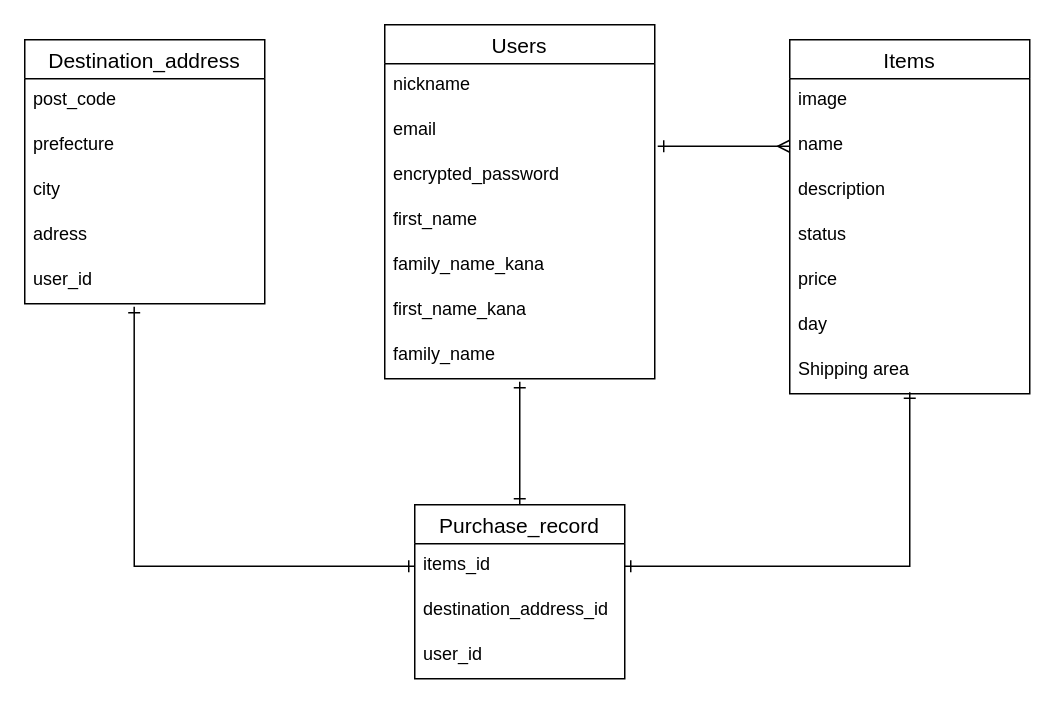
phalanx10/furima-32548 keeps this draw.io diagram as furima.dio. Above is the earlier version. Source tidied: cells renumbered, new cells numbered last; positions are measured from the earlier drawing's top-left corner, leaving out a move shared by most shapes. Both pictures are drawn from the tidied source at 150%, with x=0, y=0 at pixel (24, 24).
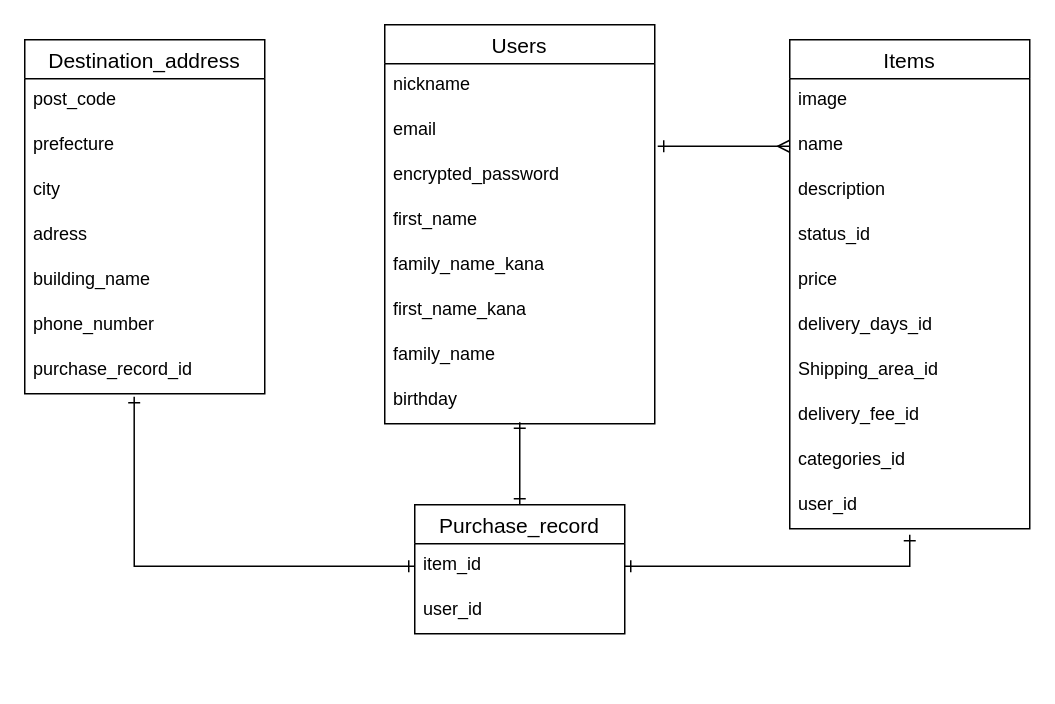
Above is the later version.

Commit message (it also covers changes not shown here):
テーブル設計及びER図の作成(修正2)

Unchanged cells that the change refers to:
```xml
<mxCell id="9" value="family_name" style="text;strokeColor=none;fillColor=none;spacingLeft=4;spacingRight=4;overflow=hidden;points=[[0,0.5],[1,0.5]];portConstraint=eastwest;fontSize=12;" parent="2" vertex="1">
  <mxGeometry y="206" width="180" height="30" as="geometry" />
</mxCell>
```

Diff of the diagram source:
```diff
@@
     <mxCell id="2" value="Users" style="swimlane;fontStyle=0;horizontal=1;startSize=26;align=center;fontSize=14;" parent="1" vertex="1">
-      <mxGeometry x="240" width="180" height="236" as="geometry" />
+      <mxGeometry x="240" width="180" height="266" as="geometry" />
     </mxCell>
@@
+    <mxCell id="32" value="birthday" style="text;strokeColor=none;fillColor=none;spacingLeft=4;spacingRight=4;overflow=hidden;fontSize=12;align=left;" parent="2" vertex="1">
+      <mxGeometry y="236" width="180" height="30" as="geometry" />
+    </mxCell>
     <mxCell id="10" value="Items" style="swimlane;fontStyle=0;horizontal=1;startSize=26;align=center;fontSize=14;" parent="1" vertex="1">
-      <mxGeometry x="510" y="10" width="160" height="236" as="geometry" />
+      <mxGeometry x="510" y="10" width="160" height="326" as="geometry" />
     </mxCell>
@@
-    <mxCell id="14" value="status" style="text;strokeColor=none;fillColor=none;spacingLeft=4;spacingRight=4;overflow=hidden;fontSize=12;" parent="10" vertex="1">
+    <mxCell id="14" value="status_id" style="text;strokeColor=none;fillColor=none;spacingLeft=4;spacingRight=4;overflow=hidden;fontSize=12;" parent="10" vertex="1">
       <mxGeometry y="116" width="160" height="30" as="geometry" />
     </mxCell>
@@
-    <mxCell id="16" value="day" style="text;strokeColor=none;fillColor=none;spacingLeft=4;spacingRight=4;overflow=hidden;fontSize=12;" parent="10" vertex="1">
+    <mxCell id="16" value="delivery_days_id" style="text;strokeColor=none;fillColor=none;spacingLeft=4;spacingRight=4;overflow=hidden;fontSize=12;" parent="10" vertex="1">
       <mxGeometry y="176" width="160" height="30" as="geometry" />
     </mxCell>
-    <mxCell id="17" value="Shipping area" style="text;strokeColor=none;fillColor=none;spacingLeft=4;spacingRight=4;overflow=hidden;points=[[0,0.5],[1,0.5]];portConstraint=eastwest;fontSize=12;" parent="10" vertex="1">
+    <mxCell id="17" value="Shipping_area_id" style="text;strokeColor=none;fillColor=none;spacingLeft=4;spacingRight=4;overflow=hidden;points=[[0,0.5],[1,0.5]];portConstraint=eastwest;fontSize=12;" parent="10" vertex="1">
       <mxGeometry y="206" width="160" height="30" as="geometry" />
     </mxCell>
+    <mxCell id="33" value="delivery_fee_id" style="text;strokeColor=none;fillColor=none;spacingLeft=4;spacingRight=4;overflow=hidden;fontSize=12;align=left;" parent="10" vertex="1">
+      <mxGeometry y="236" width="160" height="30" as="geometry" />
+    </mxCell>
+    <mxCell id="34" value="categories_id" style="text;strokeColor=none;fillColor=none;spacingLeft=4;spacingRight=4;overflow=hidden;fontSize=12;align=left;" parent="10" vertex="1">
+      <mxGeometry y="266" width="160" height="30" as="geometry" />
+    </mxCell>
+    <mxCell id="35" value="user_id " style="text;strokeColor=none;fillColor=none;spacingLeft=4;spacingRight=4;overflow=hidden;fontSize=12;align=left;" parent="10" vertex="1">
+      <mxGeometry y="296" width="160" height="30" as="geometry" />
+    </mxCell>
     <mxCell id="18" value="Purchase_record" style="swimlane;fontStyle=0;horizontal=1;startSize=26;align=center;fontSize=14;" parent="1" vertex="1">
-      <mxGeometry x="260" y="320" width="140" height="116" as="geometry" />
+      <mxGeometry x="260" y="320" width="140" height="86" as="geometry" />
     </mxCell>
-    <mxCell id="19" value="items_id" style="text;strokeColor=none;fillColor=none;spacingLeft=4;spacingRight=4;overflow=hidden;points=[[0,0.5],[1,0.5]];portConstraint=eastwest;fontSize=12;" parent="18" vertex="1">
+    <mxCell id="19" value="item_id" style="text;strokeColor=none;fillColor=none;spacingLeft=4;spacingRight=4;overflow=hidden;points=[[0,0.5],[1,0.5]];portConstraint=eastwest;fontSize=12;" parent="18" vertex="1">
       <mxGeometry y="26" width="140" height="30" as="geometry" />
     </mxCell>
-    <mxCell id="20" value="destination_address_id" style="text;strokeColor=none;fillColor=none;spacingLeft=4;spacingRight=4;overflow=hidden;fontSize=12;" parent="18" vertex="1">
-      <mxGeometry y="56" width="140" height="30" as="geometry" />
-    </mxCell>
     <mxCell id="21" value="user_id" style="text;strokeColor=none;fillColor=none;spacingLeft=4;spacingRight=4;overflow=hidden;fontSize=12;align=left;" parent="18" vertex="1">
-      <mxGeometry y="86" width="140" height="30" as="geometry" />
+      <mxGeometry y="56" width="140" height="30" as="geometry" />
     </mxCell>
     <mxCell id="22" value="Destination_address" style="swimlane;fontStyle=0;horizontal=1;startSize=26;align=center;fontSize=14;" parent="1" vertex="1">
-      <mxGeometry y="10" width="160" height="176" as="geometry" />
+      <mxGeometry y="10" width="160" height="236" as="geometry" />
     </mxCell>
@@
+    <mxCell id="36" value="building_name" style="text;strokeColor=none;fillColor=none;spacingLeft=4;spacingRight=4;overflow=hidden;fontSize=12;align=left;" parent="22" vertex="1">
+      <mxGeometry y="146" width="160" height="30" as="geometry" />
+    </mxCell>
+    <mxCell id="37" value="phone_number" style="text;strokeColor=none;fillColor=none;spacingLeft=4;spacingRight=4;overflow=hidden;fontSize=12;align=left;" parent="22" vertex="1">
+      <mxGeometry y="176" width="160" height="30" as="geometry" />
+    </mxCell>
-    <mxCell id="27" value="user_id" style="text;strokeColor=none;fillColor=none;spacingLeft=4;spacingRight=4;overflow=hidden;points=[[0,0.5],[1,0.5]];portConstraint=eastwest;fontSize=12;" parent="22" vertex="1">
-      <mxGeometry y="146" width="160" height="30" as="geometry" />
+    <mxCell id="27" value="purchase_record_id" style="text;strokeColor=none;fillColor=none;spacingLeft=4;spacingRight=4;overflow=hidden;points=[[0,0.5],[1,0.5]];portConstraint=eastwest;fontSize=12;" parent="22" vertex="1">
+      <mxGeometry y="206" width="160" height="30" as="geometry" />
     </mxCell>
@@
-    <mxCell id="30" style="endArrow=ERone;html=1;rounded=0;exitX=1;exitY=0.5;exitDx=0;exitDy=0;startArrow=ERone;startFill=0;endFill=0;entryX=0.5;entryY=0.967;entryDx=0;entryDy=0;entryPerimeter=0;" parent="1" edge="1" source="19" target="17">
+    <mxCell id="30" style="endArrow=ERone;html=1;rounded=0;exitX=1;exitY=0.5;exitDx=0;exitDy=0;startArrow=ERone;startFill=0;endFill=0;" parent="1" edge="1" source="19">
       <mxGeometry relative="1" as="geometry">
+        <mxPoint x="590" y="340" as="targetPoint" />
         <Array as="points">
           <mxPoint x="590" y="361" />
         </Array>
       </mxGeometry>
     </mxCell>
-    <mxCell id="31" style="endArrow=ERone;html=1;rounded=0;exitX=0.5;exitY=1.067;exitDx=0;exitDy=0;exitPerimeter=0;entryX=0.5;entryY=0;entryDx=0;entryDy=0;startArrow=ERone;startFill=0;endFill=0;" parent="1" edge="1" source="9" target="18">
-      <mxGeometry relative="1" as="geometry" />
+    <mxCell id="31" style="endArrow=ERone;html=1;rounded=0;entryX=0.5;entryY=0;entryDx=0;entryDy=0;startArrow=ERone;startFill=0;endFill=0;" parent="1" edge="1" target="18">
+      <mxGeometry relative="1" as="geometry">
+        <mxPoint x="330" y="265" as="sourcePoint" />
+      </mxGeometry>
     </mxCell>
```
